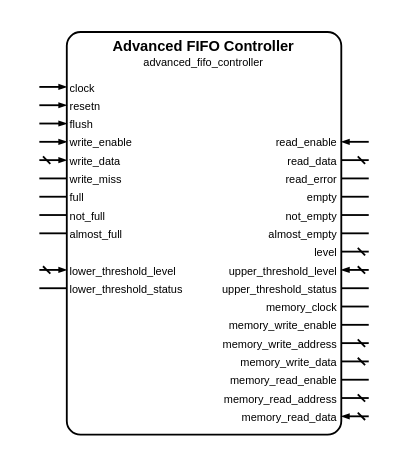
Earlier version of the draw.io diagram sources/data/controllers/advanced_fifo/advanced_fifo_controller.symbol.drawio (Louis-DR/OmniCores-BuildingBlocks). Source tidied: cells renumbered, new cells numbered last; positions are measured from the earlier drawing's top-left corner, leaving out a move shared by most shapes. Both pictures are drawn from the tidied source at 183%, with x=0, y=0 at pixel (38, 31).
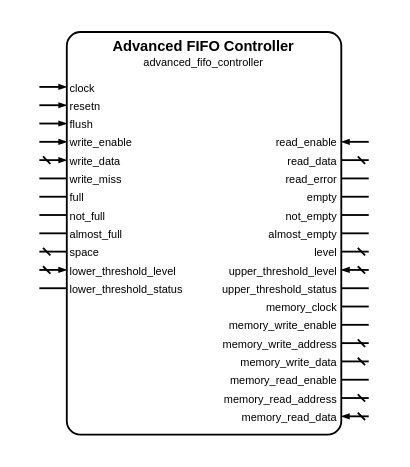
The same diagram, later.

Commit message (it also covers changes not shown here):
[Change] Add space output for advanced FIFO controllers (number of free slots, opposite of level)

The change refers to these unchanged cells:
```xml
<mxCell id="2" style="group;" parent="1" vertex="1">
  <mxGeometry width="180" height="220" as="geometry" />
</mxCell>
```

Change to the diagram source:
```diff
@@
+    <mxCell id="60" value="space" style="text;html=1;align=left;verticalAlign=middle;whiteSpace=wrap;rounded=0;fontSize=6;fontStyle=0;fontColor=black;" parent="2" vertex="1">
+      <mxGeometry x="15" y="120" width="150" as="geometry" />
+    </mxCell>
+    <mxCell id="61" style="html=1;rounded=1;strokeWidth=1;strokeColor=black;startFill=0;startSize=2;startArrow=dash;endFill=1;endSize=2;endArrow=none;sourcePerimeterSpacing=0;" parent="2" edge="1">
+      <mxGeometry relative="1" as="geometry">
+        <mxPoint y="120" as="sourcePoint" />
+        <mxPoint x="15" y="120" as="targetPoint" />
+      </mxGeometry>
+    </mxCell>
```
